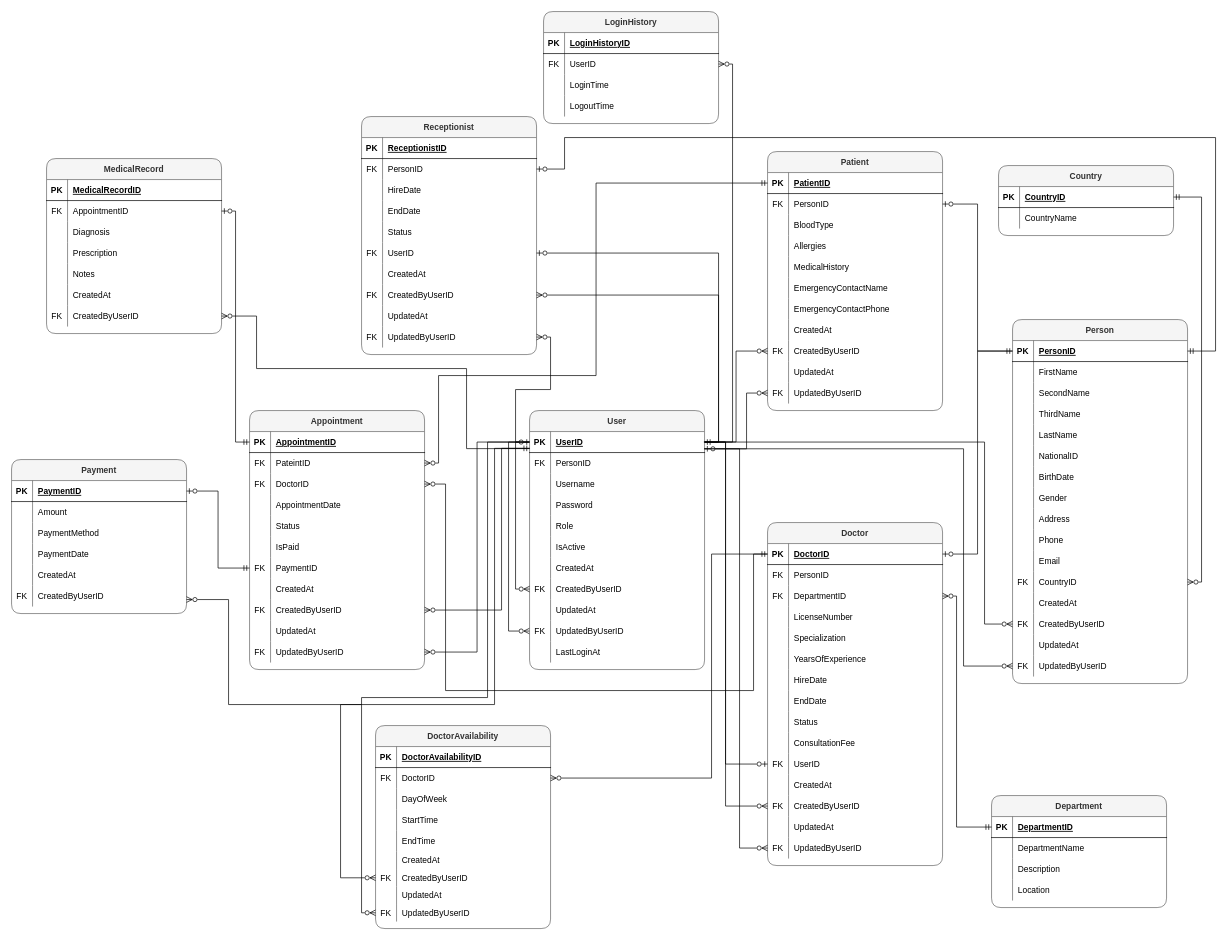
Earlier version of the draw.io diagram Database/Clinic-Management-System ERD.drawio (Avi-1531/dockerdotnet). Source tidied: cells renumbered, new cells numbered last; positions are measured from the earlier drawing's top-left corner, leaving out a move shared by most shapes. Both pictures are drawn from the tidied source at 70%, with x=0, y=0 at pixel (11, 11).
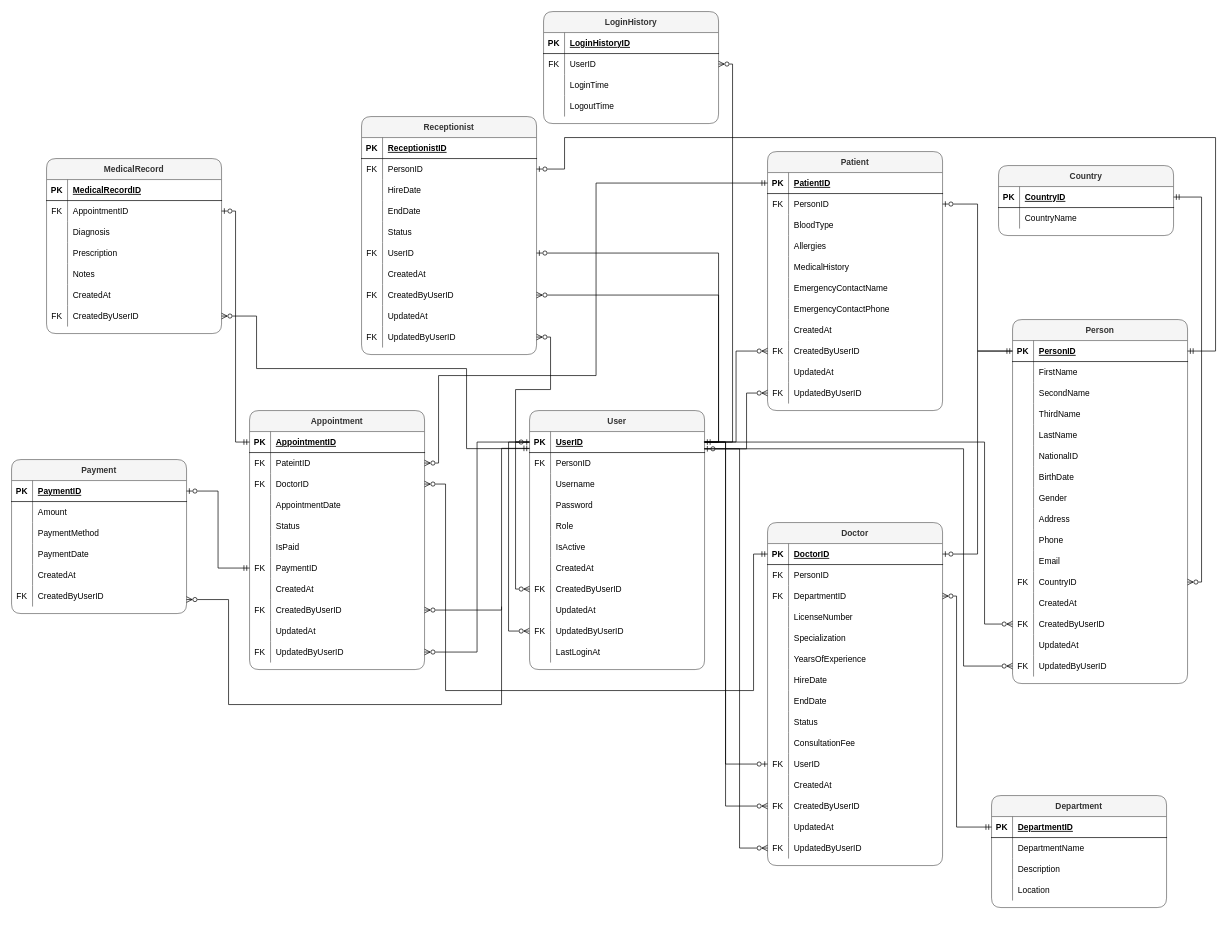
After the change.

The change refers to these unchanged cells:
```xml
<mxCell id="53" style="shape=partialRectangle;fillColor=none;points=[[0,0.5],[1,0.5]];portConstraint=eastwest;top=0;left=0;right=0;bottom=1;labelBackgroundColor=none;rounded=1;" parent="52" vertex="1">
  <mxGeometry y="30" width="250" height="30" as="geometry" />
</mxCell>
<mxCell id="153" style="shape=partialRectangle;fillColor=none;points=[[0,0.5],[1,0.5]];portConstraint=eastwest;top=0;left=0;right=0;bottom=1;labelBackgroundColor=none;rounded=1;" parent="152" vertex="1">
  <mxGeometry y="30" width="250" height="30" as="geometry" />
</mxCell>
<mxCell id="318" style="shape=partialRectangle;fillColor=none;points=[[0,0.5],[1,0.5]];portConstraint=eastwest;top=0;left=0;right=0;bottom=0;labelBackgroundColor=none;rounded=1;" parent="302" vertex="1">
  <mxGeometry y="180" width="250" height="30" as="geometry" />
</mxCell>
```

Diff of the diagram source:
```diff
@@
-    <mxCell id="243" value="DoctorAvailability " style="shape=table;startSize=30;childLayout=tableLayout;rowLines=0;fontStyle=1;align=center;labelBackgroundColor=none;rounded=1;fillColor=#f5f5f5;fontColor=#333333;strokeColor=#666666;" parent="1" vertex="1">
-      <mxGeometry x="520" y="1020" width="250" height="290" as="geometry" />
-    </mxCell>
-    <mxCell id="244" style="shape=partialRectangle;fillColor=none;top=0;left=0;right=0;bottom=1;labelBackgroundColor=none;rounded=1;" parent="243" vertex="1">
-      <mxGeometry y="30" width="250" height="30" as="geometry" />
-    </mxCell>
-    <mxCell id="245" value="PK" style="shape=partialRectangle;overflow=hidden;fillColor=none;top=0;left=0;bottom=0;right=0;fontStyle=1;labelBackgroundColor=none;rounded=1;" parent="244" vertex="1">
-      <mxGeometry width="30" height="30" as="geometry" />
-    </mxCell>
-    <mxCell id="246" value="DoctorAvailabilityID" style="shape=partialRectangle;overflow=hidden;fillColor=none;top=0;left=0;bottom=0;right=0;align=left;spacingLeft=6;fontStyle=5;labelBackgroundColor=none;rounded=1;" parent="244" vertex="1">
-      <mxGeometry x="30" width="220" height="30" as="geometry" />
-    </mxCell>
-    <mxCell id="247" style="shape=partialRectangle;fillColor=none;points=[[0,0.5],[1,0.5]];portConstraint=eastwest;top=0;left=0;right=0;bottom=0;labelBackgroundColor=none;rounded=1;" parent="243" vertex="1">
-      <mxGeometry y="60" width="250" height="30" as="geometry" />
-    </mxCell>
-    <mxCell id="248" value="FK" style="shape=partialRectangle;overflow=hidden;fillColor=none;top=0;left=0;bottom=0;right=0;labelBackgroundColor=none;rounded=1;" parent="247" vertex="1">
-      <mxGeometry width="30" height="30" as="geometry" />
-    </mxCell>
-    <mxCell id="249" value="DoctorID" style="shape=partialRectangle;overflow=hidden;fillColor=none;top=0;left=0;bottom=0;right=0;align=left;spacingLeft=6;labelBackgroundColor=none;rounded=1;" parent="247" vertex="1">
-      <mxGeometry x="30" width="220" height="30" as="geometry" />
-    </mxCell>
-    <mxCell id="250" style="shape=partialRectangle;fillColor=none;top=0;left=0;right=0;bottom=0;labelBackgroundColor=none;rounded=1;" parent="243" vertex="1">
-      <mxGeometry y="90" width="250" height="30" as="geometry" />
-    </mxCell>
-    <mxCell id="251" style="shape=partialRectangle;overflow=hidden;fillColor=none;top=0;left=0;bottom=0;right=0;labelBackgroundColor=none;rounded=1;" parent="250" vertex="1">
-      <mxGeometry width="30" height="30" as="geometry" />
-    </mxCell>
-    <mxCell id="252" value="DayOfWeek" style="shape=partialRectangle;overflow=hidden;fillColor=none;top=0;left=0;bottom=0;right=0;align=left;spacingLeft=6;labelBackgroundColor=none;rounded=1;" parent="250" vertex="1">
-      <mxGeometry x="30" width="220" height="30" as="geometry" />
-    </mxCell>
-    <mxCell id="253" style="shape=partialRectangle;fillColor=none;top=0;left=0;right=0;bottom=0;labelBackgroundColor=none;rounded=1;" parent="243" vertex="1">
-      <mxGeometry y="120" width="250" height="30" as="geometry" />
-    </mxCell>
-    <mxCell id="254" style="shape=partialRectangle;overflow=hidden;fillColor=none;top=0;left=0;bottom=0;right=0;labelBackgroundColor=none;rounded=1;" parent="253" vertex="1">
-      <mxGeometry width="30" height="30" as="geometry" />
-    </mxCell>
-    <mxCell id="255" value="StartTime" style="shape=partialRectangle;overflow=hidden;fillColor=none;top=0;left=0;bottom=0;right=0;align=left;spacingLeft=6;labelBackgroundColor=none;rounded=1;" parent="253" vertex="1">
-      <mxGeometry x="30" width="220" height="30" as="geometry" />
-    </mxCell>
-    <mxCell id="256" style="shape=partialRectangle;fillColor=none;top=0;left=0;right=0;bottom=0;labelBackgroundColor=none;rounded=1;" parent="243" vertex="1">
-      <mxGeometry y="150" width="250" height="30" as="geometry" />
-    </mxCell>
-    <mxCell id="257" style="shape=partialRectangle;overflow=hidden;fillColor=none;top=0;left=0;bottom=0;right=0;labelBackgroundColor=none;rounded=1;" parent="256" vertex="1">
-      <mxGeometry width="30" height="30" as="geometry" />
-    </mxCell>
-    <mxCell id="258" value="EndTime" style="shape=partialRectangle;overflow=hidden;fillColor=none;top=0;left=0;bottom=0;right=0;align=left;spacingLeft=6;labelBackgroundColor=none;rounded=1;" parent="256" vertex="1">
-      <mxGeometry x="30" width="220" height="30" as="geometry" />
-    </mxCell>
-    <mxCell id="259" style="shape=partialRectangle;fillColor=none;top=0;left=0;right=0;bottom=0;labelBackgroundColor=none;rounded=1;" parent="243" vertex="1">
-      <mxGeometry y="180" width="250" height="25" as="geometry" />
-    </mxCell>
-    <mxCell id="260" style="shape=partialRectangle;overflow=hidden;fillColor=none;top=0;left=0;bottom=0;right=0;labelBackgroundColor=none;rounded=1;" parent="259" vertex="1">
-      <mxGeometry width="30" height="25" as="geometry" />
-    </mxCell>
-    <mxCell id="261" value="CreatedAt" style="shape=partialRectangle;overflow=hidden;fillColor=none;top=0;left=0;bottom=0;right=0;align=left;spacingLeft=6;labelBackgroundColor=none;rounded=1;" parent="259" vertex="1">
-      <mxGeometry x="30" width="220" height="25" as="geometry" />
-    </mxCell>
-    <mxCell id="262" style="shape=partialRectangle;fillColor=none;points=[[0,0.5],[1,0.5]];portConstraint=eastwest;top=0;left=0;right=0;bottom=0;labelBackgroundColor=none;rounded=1;" parent="243" vertex="1">
-      <mxGeometry y="205" width="250" height="25" as="geometry" />
-    </mxCell>
-    <mxCell id="263" value="FK" style="shape=partialRectangle;overflow=hidden;fillColor=none;top=0;left=0;bottom=0;right=0;labelBackgroundColor=none;rounded=1;" parent="262" vertex="1">
-      <mxGeometry width="30" height="25" as="geometry" />
-    </mxCell>
-    <mxCell id="264" value="CreatedByUserID" style="shape=partialRectangle;overflow=hidden;fillColor=none;top=0;left=0;bottom=0;right=0;align=left;spacingLeft=6;labelBackgroundColor=none;rounded=1;" parent="262" vertex="1">
-      <mxGeometry x="30" width="220" height="25" as="geometry" />
-    </mxCell>
-    <mxCell id="265" style="shape=partialRectangle;fillColor=none;top=0;left=0;right=0;bottom=0;labelBackgroundColor=none;rounded=1;" parent="243" vertex="1">
-      <mxGeometry y="230" width="250" height="25" as="geometry" />
-    </mxCell>
-    <mxCell id="266" style="shape=partialRectangle;overflow=hidden;fillColor=none;top=0;left=0;bottom=0;right=0;labelBackgroundColor=none;rounded=1;" parent="265" vertex="1">
-      <mxGeometry width="30" height="25" as="geometry" />
-    </mxCell>
-    <mxCell id="267" value="UpdatedAt" style="shape=partialRectangle;overflow=hidden;fillColor=none;top=0;left=0;bottom=0;right=0;align=left;spacingLeft=6;labelBackgroundColor=none;rounded=1;" parent="265" vertex="1">
-      <mxGeometry x="30" width="220" height="25" as="geometry" />
-    </mxCell>
-    <mxCell id="268" style="shape=partialRectangle;fillColor=none;points=[[0,0.5],[1,0.5]];portConstraint=eastwest;top=0;left=0;right=0;bottom=0;labelBackgroundColor=none;rounded=1;" parent="243" vertex="1">
-      <mxGeometry y="255" width="250" height="25" as="geometry" />
-    </mxCell>
-    <mxCell id="269" value="FK" style="shape=partialRectangle;overflow=hidden;fillColor=none;top=0;left=0;bottom=0;right=0;labelBackgroundColor=none;rounded=1;" parent="268" vertex="1">
-      <mxGeometry width="30" height="25" as="geometry" />
-    </mxCell>
-    <mxCell id="270" value="UpdatedByUserID" style="shape=partialRectangle;overflow=hidden;fillColor=none;top=0;left=0;bottom=0;right=0;align=left;spacingLeft=6;labelBackgroundColor=none;rounded=1;" parent="268" vertex="1">
-      <mxGeometry x="30" width="220" height="25" as="geometry" />
-    </mxCell>
@@
-    <mxCell id="341" style="edgeStyle=orthogonalEdgeStyle;rounded=0;jettySize=auto;html=1;entryX=0;entryY=0.5;entryDx=0;entryDy=0;endArrow=none;endFill=0;startArrow=ERzeroToMany;startFill=0;labelBackgroundColor=none;fontColor=default;" parent="1" edge="1" source="247" target="53">
-      <mxGeometry relative="1" as="geometry">
-        <Array as="points">
-          <mxPoint x="1000" y="1095" />
-          <mxPoint x="1000" y="775" />
-        </Array>
-      </mxGeometry>
-    </mxCell>
-    <mxCell id="342" style="edgeStyle=orthogonalEdgeStyle;rounded=0;jettySize=auto;html=1;endArrow=none;endFill=0;startArrow=ERzeroToMany;startFill=0;entryX=0.002;entryY=0.8;entryDx=0;entryDy=0;entryPerimeter=0;labelBackgroundColor=none;fontColor=default;" parent="1" edge="1" source="262" target="153">
-      <mxGeometry relative="1" as="geometry">
-        <Array as="points">
-          <mxPoint x="470" y="1238" />
-          <mxPoint x="470" y="990" />
-          <mxPoint x="690" y="990" />
-          <mxPoint x="690" y="624" />
-        </Array>
-      </mxGeometry>
-    </mxCell>
-    <mxCell id="343" style="edgeStyle=orthogonalEdgeStyle;rounded=0;jettySize=auto;html=1;entryX=0;entryY=0.5;entryDx=0;entryDy=0;endArrow=none;endFill=0;startArrow=ERzeroToMany;startFill=0;labelBackgroundColor=none;fontColor=default;" parent="1" edge="1" source="268" target="153">
-      <mxGeometry relative="1" as="geometry">
-        <Array as="points">
-          <mxPoint x="500" y="1288" />
-          <mxPoint x="500" y="980" />
-          <mxPoint x="680" y="980" />
-          <mxPoint x="680" y="615" />
-        </Array>
-      </mxGeometry>
-    </mxCell>
     <mxCell id="344" style="edgeStyle=orthogonalEdgeStyle;rounded=0;jettySize=auto;html=1;endArrow=none;endFill=0;startArrow=ERzeroToMany;startFill=0;labelBackgroundColor=none;fontColor=default;" parent="1" edge="1" source="318">
       <mxGeometry relative="1" as="geometry">
-        <mxPoint x="500" y="990" as="targetPoint" />
+        <mxPoint x="700" y="850" as="targetPoint" />
         <Array as="points">
           <mxPoint x="310" y="840" />
           <mxPoint x="310" y="990" />
         </Array>
       </mxGeometry>
     </mxCell>
```
